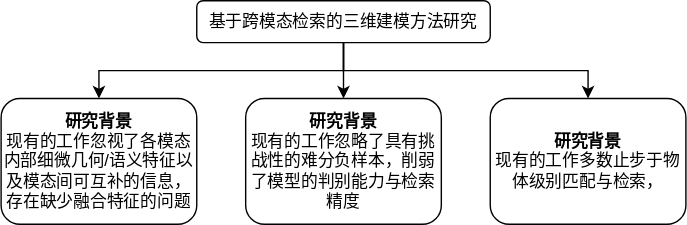
The draw.io diagram 基于跨模态检索的三维建模方法研究.drawio.svg in Wspiron/partnet_dataset, before a commit. Source tidied: cells renumbered, new cells last; positions are measured from the earlier drawing's top-left corner, leaving out a move shared by most shapes.
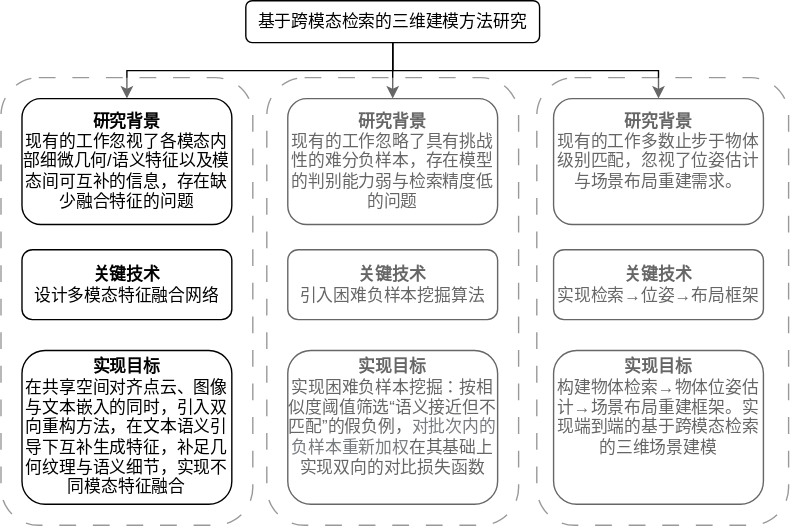
Later version of the same file.

Commit message:
更新基于跨模态检索的三维建模方法研究.drawio.svg

Diff of the diagram source:
```diff
@@ -8,20 +8,55 @@
     <mxCell id="3" value="基于跨模态检索的三维建模方法研究" style="rounded=1;whiteSpace=wrap;html=1;" parent="1" vertex="1">
       <mxGeometry x="140" width="210" height="30" as="geometry" />
     </mxCell>
-    <mxCell id="4" value="&lt;b&gt;&lt;font style=&quot;font-size: 12px; color: rgb(0, 0, 0);&quot;&gt;研究背景&lt;/font&gt;&lt;/b&gt;&lt;div&gt;&lt;font face=&quot;Helvetica&quot; style=&quot;font-size: 12px; color: rgb(0, 0, 0);&quot;&gt;现有的工作&lt;span style=&quot;background-color: transparent;&quot;&gt;忽视了各模态内部细微几何&lt;/span&gt;&lt;span style=&quot;background-color: transparent;&quot;&gt;/&lt;/span&gt;&lt;span style=&quot;background-color: transparent;&quot;&gt;语义特征以及模态间可互补的信息，存在缺少融合特征的问题&lt;/span&gt;&lt;/font&gt;&lt;/div&gt;" style="rounded=1;whiteSpace=wrap;html=1;" parent="1" vertex="1">
-      <mxGeometry y="70" width="140" height="90" as="geometry" />
-    </mxCell>
-    <mxCell id="5" value="&lt;b&gt;&lt;font face=&quot;Helvetica&quot; style=&quot;color: rgb(0, 0, 0); font-size: 12px;&quot;&gt;研究背景&lt;/font&gt;&lt;/b&gt;&lt;div&gt;&lt;font style=&quot;font-size: 12px;&quot; face=&quot;Helvetica&quot;&gt;&lt;font style=&quot;color: rgb(0, 0, 0);&quot;&gt;现有的工作&lt;/font&gt;&lt;span style=&quot;background-color: transparent; color: light-dark(rgb(0, 0, 0), rgb(255, 255, 255));&quot;&gt;忽略了具有挑战性的难分负样本，削弱了模型的判别能力与检索精度&lt;/span&gt;&lt;/font&gt;&lt;/div&gt;" style="rounded=1;whiteSpace=wrap;html=1;" parent="1" vertex="1">
-      <mxGeometry x="175" y="70" width="140" height="90" as="geometry" />
-    </mxCell>
-    <mxCell id="6" value="&lt;b&gt;&lt;font style=&quot;font-size: 12px; color: rgb(0, 0, 0);&quot;&gt;研究背景&lt;/font&gt;&lt;/b&gt;&lt;div&gt;&lt;font face=&quot;Helvetica&quot; style=&quot;font-size: 12px; color: rgb(0, 0, 0);&quot;&gt;现有的工作多数止步于物体级别匹配与检索，&lt;/font&gt;&lt;/div&gt;" style="rounded=1;whiteSpace=wrap;html=1;" parent="1" vertex="1">
-      <mxGeometry x="350" y="70" width="140" height="90" as="geometry" />
-    </mxCell>
-    <mxCell id="7" style="edgeStyle=orthogonalEdgeStyle;rounded=0;jettySize=auto;html=1;entryX=0.5;entryY=0;entryDx=0;entryDy=0;exitX=0.5;exitY=1;exitDx=0;exitDy=0;" parent="1" edge="1" source="3" target="5">
-      <mxGeometry relative="1" as="geometry" />
+    <mxCell id="7" style="edgeStyle=orthogonalEdgeStyle;rounded=0;jettySize=auto;html=1;entryX=0.5;entryY=0;entryDx=0;entryDy=0;exitX=0.5;exitY=1;exitDx=0;exitDy=0;" parent="1" edge="1" source="3">
+      <mxGeometry relative="1" as="geometry">
+        <mxPoint x="245" y="70" as="targetPoint" />
+      </mxGeometry>
     </mxCell>
     <mxCell id="8" style="edgeStyle=orthogonalEdgeStyle;rounded=0;jettySize=auto;html=1;exitX=0.5;exitY=1;exitDx=0;exitDy=0;entryX=0.5;entryY=0;entryDx=0;entryDy=0;" parent="1" edge="1" source="3" target="6">
       <mxGeometry relative="1" as="geometry" />
     </mxCell>
+    <mxCell id="9" value="&lt;b&gt;关键技术&lt;/b&gt;&lt;div&gt;引入困难负样本挖掘算法&lt;/div&gt;" style="rounded=1;whiteSpace=wrap;html=1;" parent="1" vertex="1">
+      <mxGeometry x="170" y="178" width="150" height="50" as="geometry" />
+    </mxCell>
+    <mxCell id="10" value="&lt;b&gt;研究背景&lt;/b&gt;&lt;div&gt;&lt;font face=&quot;Helvetica&quot;&gt;&lt;font style=&quot;color: rgb(0, 0, 0);&quot;&gt;现有的工作&lt;/font&gt;&lt;span style=&quot;background-color: transparent; color: light-dark(rgb(0, 0, 0), rgb(255, 255, 255));&quot;&gt;忽略了具有挑战性的难分负样本，存在模型的判别能力弱与检索精度低的问题&lt;/span&gt;&lt;/font&gt;&lt;/div&gt;" style="rounded=1;whiteSpace=wrap;html=1;" parent="1" vertex="1">
+      <mxGeometry x="170" y="70" width="150" height="90" as="geometry" />
+    </mxCell>
+    <mxCell id="11" value="&lt;font face=&quot;Helvetica&quot;&gt;&lt;b style=&quot;&quot;&gt;实现目标&lt;/b&gt;&lt;/font&gt;&lt;div&gt;&lt;font&gt;&lt;font style=&quot;&quot; face=&quot;Helvetica&quot;&gt;&lt;span&gt;实现困难负样本挖掘&lt;/span&gt;：按相似度阈值筛选“语义接近但不匹配”的假负例，&lt;span style=&quot;text-align: left; background-color: transparent; color: rgb(29, 33, 41);&quot;&gt;对批次内的负样本重新加权&lt;/span&gt;&lt;/font&gt;&lt;span style=&quot;background-color: transparent; color: light-dark(rgb(0, 0, 0), rgb(255, 255, 255));&quot;&gt;在其基础上实现双向的对比损失函数&lt;/span&gt;&lt;/font&gt;&lt;br&gt;&lt;/div&gt;&lt;div&gt;&lt;font&gt;&lt;span style=&quot;color: light-dark(rgb(0, 0, 0), rgb(255, 255, 255)); background-color: transparent;&quot;&gt;&lt;br&gt;&lt;/span&gt;&lt;/font&gt;&lt;/div&gt;" style="rounded=1;whiteSpace=wrap;html=1;" parent="1" vertex="1">
+      <mxGeometry x="170" y="250" width="150" height="110" as="geometry" />
+    </mxCell>
+    <mxCell id="12" style="group;" parent="1" vertex="1">
+      <mxGeometry x="360" y="70" width="150" height="290" as="geometry" />
+    </mxCell>
+    <mxCell id="6" value="&lt;b&gt;&lt;font style=&quot;font-size: 12px; color: rgb(0, 0, 0);&quot;&gt;研究背景&lt;/font&gt;&lt;/b&gt;&lt;div&gt;&lt;font face=&quot;Helvetica&quot; style=&quot;font-size: 12px; color: rgb(0, 0, 0);&quot;&gt;现有的工作多数止步于物体级别匹配，&lt;/font&gt;&lt;span style=&quot;background-color: transparent; color: light-dark(rgb(0, 0, 0), rgb(255, 255, 255));&quot;&gt;忽视了&lt;/span&gt;&lt;span style=&quot;background-color: transparent; color: light-dark(rgb(0, 0, 0), rgb(255, 255, 255));&quot;&gt;位姿估计与场景布局重建&lt;/span&gt;&lt;span style=&quot;background-color: transparent; color: light-dark(rgb(0, 0, 0), rgb(255, 255, 255));&quot;&gt;需求。&lt;/span&gt;&lt;/div&gt;&lt;div&gt;&lt;span style=&quot;background-color: transparent; color: light-dark(rgb(0, 0, 0), rgb(255, 255, 255));&quot;&gt;&lt;br&gt;&lt;/span&gt;&lt;/div&gt;" style="rounded=1;whiteSpace=wrap;html=1;" parent="12" vertex="1">
+      <mxGeometry width="150" height="90" as="geometry" />
+    </mxCell>
+    <mxCell id="13" value="&lt;b&gt;&lt;font style=&quot;font-size: 12px; color: rgb(0, 0, 0);&quot;&gt;关键技术&lt;/font&gt;&lt;/b&gt;&lt;div&gt;&lt;span style=&quot;background-color: transparent; color: light-dark(rgb(0, 0, 0), rgb(255, 255, 255));&quot;&gt;实现检索→位姿→布局框架&lt;/span&gt;&lt;/div&gt;" style="rounded=1;whiteSpace=wrap;html=1;" parent="12" vertex="1">
+      <mxGeometry y="108" width="150" height="50" as="geometry" />
+    </mxCell>
+    <mxCell id="14" value="&lt;font face=&quot;Helvetica&quot;&gt;&lt;b style=&quot;&quot;&gt;实现目标&lt;/b&gt;&lt;/font&gt;&lt;div&gt;构建物体检索&lt;span style=&quot;background-color: transparent; color: light-dark(rgb(0, 0, 0), rgb(255, 255, 255));&quot;&gt;→物体位姿估计&lt;/span&gt;&lt;span style=&quot;background-color: transparent; color: light-dark(rgb(0, 0, 0), rgb(255, 255, 255));&quot;&gt;→场景布局重建框架。实现端到端的基于跨模态检索的三维场景建模&lt;/span&gt;&lt;/div&gt;&lt;div&gt;&lt;span style=&quot;background-color: transparent; color: light-dark(rgb(0, 0, 0), rgb(255, 255, 255));&quot;&gt;&lt;br&gt;&lt;/span&gt;&lt;/div&gt;&lt;div&gt;&lt;font&gt;&lt;span style=&quot;color: light-dark(rgb(0, 0, 0), rgb(255, 255, 255)); background-color: transparent;&quot;&gt;&lt;br&gt;&lt;/span&gt;&lt;/font&gt;&lt;/div&gt;" style="rounded=1;whiteSpace=wrap;html=1;" parent="12" vertex="1">
+      <mxGeometry y="180" width="150" height="110" as="geometry" />
+    </mxCell>
+    <mxCell id="15" style="group;" parent="1" vertex="1">
+      <mxGeometry x="-20" y="70" width="165" height="305" as="geometry" />
+    </mxCell>
+    <mxCell id="16" style="rounded=1;whiteSpace=wrap;html=1;opacity=40;dashed=1;dashPattern=12 12;" parent="15" vertex="1">
+      <mxGeometry x="-15" y="-15" width="180" height="320" as="geometry" />
+    </mxCell>
+    <mxCell id="4" value="&lt;b&gt;研究背景&lt;/b&gt;&lt;div&gt;&lt;font style=&quot;color: rgb(0, 0, 0);&quot; face=&quot;Helvetica&quot;&gt;现有的工作&lt;span style=&quot;background-color: transparent;&quot;&gt;忽视了各模态内部细微几何&lt;/span&gt;&lt;span style=&quot;background-color: transparent;&quot;&gt;/&lt;/span&gt;&lt;span style=&quot;background-color: transparent;&quot;&gt;语义特征以及模态间可互补的信息，存在缺少融合特征的问题&lt;/span&gt;&lt;/font&gt;&lt;/div&gt;" style="rounded=1;whiteSpace=wrap;html=1;" parent="15" vertex="1">
+      <mxGeometry width="150" height="90" as="geometry" />
+    </mxCell>
+    <mxCell id="17" value="&lt;b&gt;关键技术&lt;/b&gt;&lt;div&gt;设计多模态特征融合网络&lt;/div&gt;" style="rounded=1;whiteSpace=wrap;html=1;" parent="15" vertex="1">
+      <mxGeometry y="108" width="150" height="50" as="geometry" />
+    </mxCell>
+    <mxCell id="18" value="&lt;b&gt;实现目标&lt;/b&gt;&lt;div&gt;在共享空间对齐点云、图像与文本嵌入的同时，引入双向重构方法，在文本语义引导下互补生成特征，补足几何纹理与语义细节，实现不同模态特征融合&lt;br&gt;&lt;/div&gt;" style="rounded=1;whiteSpace=wrap;html=1;" parent="15" vertex="1">
+      <mxGeometry y="180" width="150" height="110" as="geometry" />
+    </mxCell>
+    <mxCell id="19" style="rounded=1;whiteSpace=wrap;html=1;opacity=40;dashed=1;dashPattern=12 12;" parent="1" vertex="1">
+      <mxGeometry x="155" y="55" width="180" height="320" as="geometry" />
+    </mxCell>
+    <mxCell id="20" style="rounded=1;whiteSpace=wrap;html=1;opacity=40;dashed=1;dashPattern=12 12;" parent="1" vertex="1">
+      <mxGeometry x="348" y="55" width="180" height="320" as="geometry" />
+    </mxCell>
   </root>
 </mxGraphModel>
```
